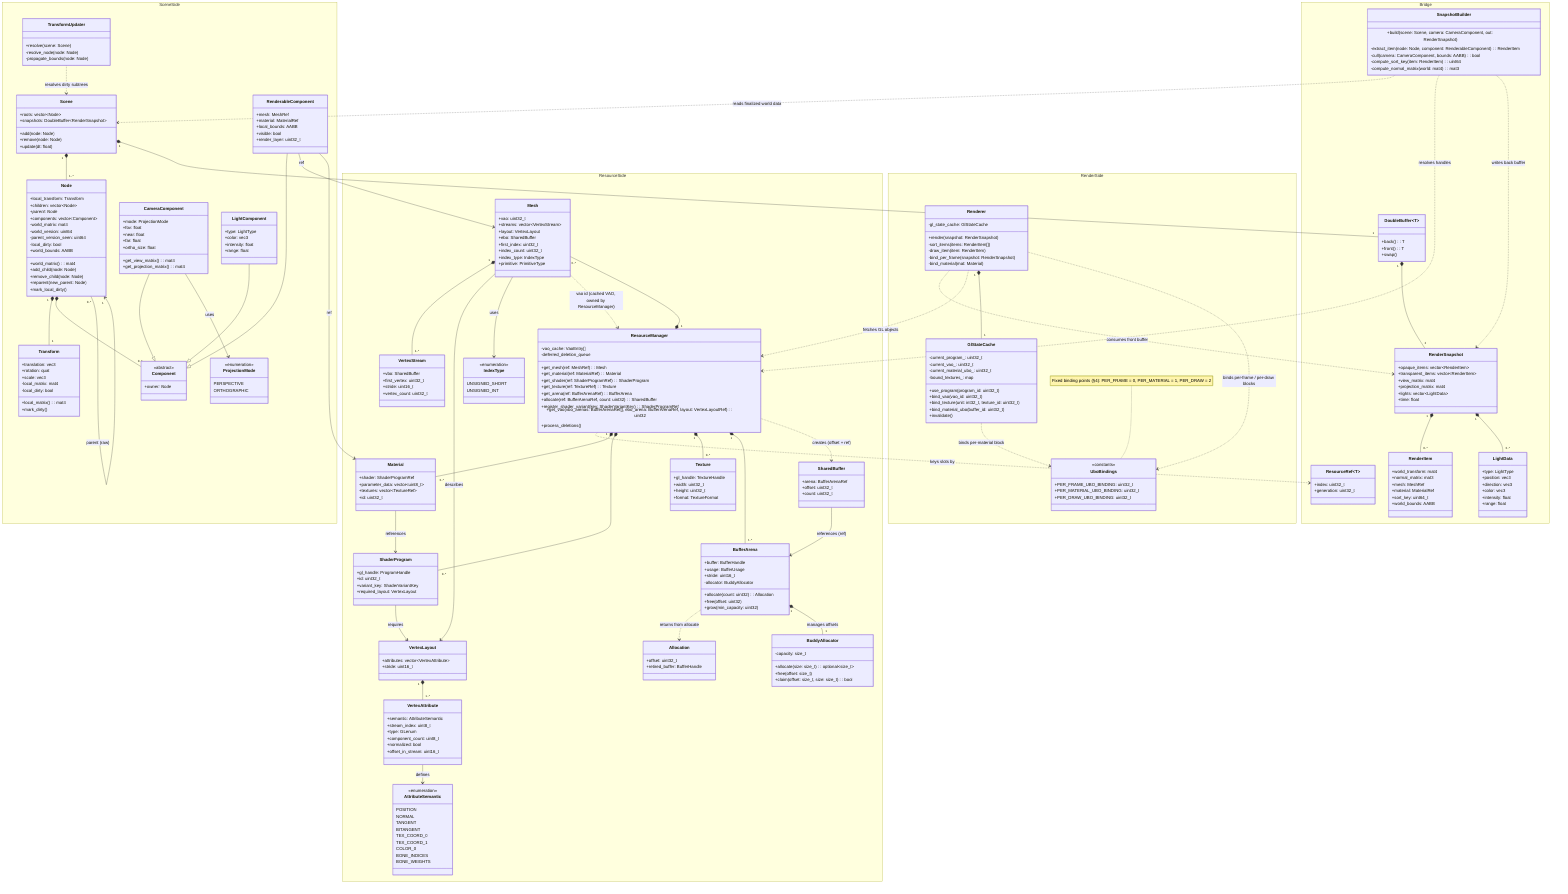
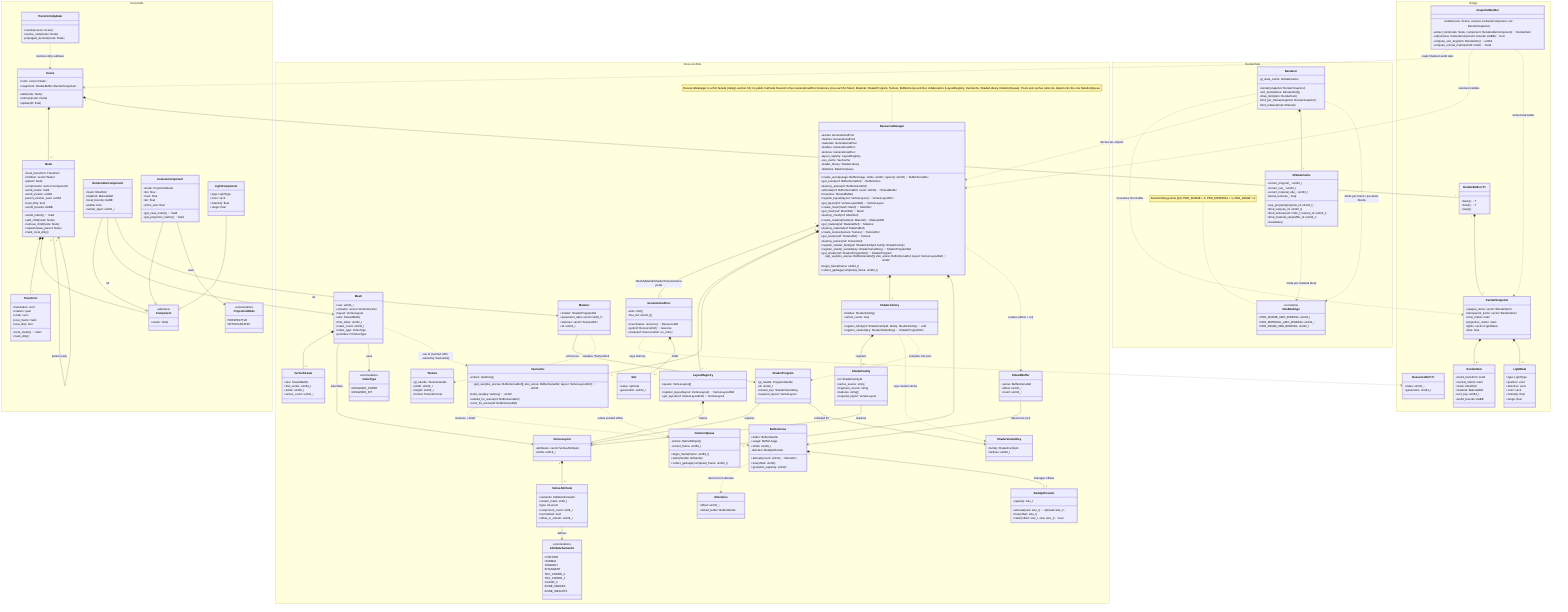
classDiagram
namespace SceneSide {
    class Scene {
        +roots: vector~Node~
        +snapshots: DoubleBuffer~RenderSnapshot~
        +add(node: Node)
        +remove(node: Node)
        +update(dt: float)
    }

    class Node {
        +local_transform: Transform
        +children: vector~Node~
        +parent: Node*
        +components: vector~Component~
        -world_matrix: mat4
        -world_version: uint64
        -parent_version_seen: uint64
        -local_dirty: bool
        +world_bounds: AABB
        +world_matrix(): mat4
        +add_child(node: Node)
        +remove_child(node: Node)
        +reparent(new_parent: Node)
        +mark_local_dirty()
    }

    class Transform {
        +translation: vec3
        +rotation: quat
        +scale: vec3
        -local_matrix: mat4
        -local_dirty: bool
        +local_matrix(): mat4
        +mark_dirty()
    }

    class Component {
        <<abstract>>
        +owner: Node*
    }

    class RenderableComponent {
        +mesh: MeshRef
        +material: MaterialRef
        +local_bounds: AABB
        +visible: bool
        +render_layer: uint32_t
    }

    class CameraComponent {
        +mode: ProjectionMode
        +fov: float
        +near: float
        +far: float
        +ortho_size: float
        +get_view_matrix(): mat4
        +get_projection_matrix(): mat4
    }

    class ProjectionMode {
        <<enumeration>>
        PERSPECTIVE
        ORTHOGRAPHIC
    }

    class LightComponent {
        +type: LightType
        +color: vec3
        +intensity: float
        +range: float
    }

    class TransformUpdater {
        +resolve(scene: Scene)
        -resolve_node(node: Node)
        -propagate_bounds(node: Node)
    }
}

namespace Bridge {
    class ResourceRef~T~ {
        +index: uint32_t
        +generation: uint32_t
    }

    class SnapshotBuilder {
        +build(scene: Scene, camera: CameraComponent, out: RenderSnapshot)
        -extract_item(node: Node, component: RenderableComponent): RenderItem
        -cull(camera: CameraComponent, bounds: AABB): bool
        -compute_sort_key(item: RenderItem): uint64
        -compute_normal_matrix(world: mat4): mat3
    }

    class DoubleBuffer~T~ {
        +back(): T
        +front(): T
        +swap()
    }

    class RenderSnapshot {
        +opaque_items: vector~RenderItem~
        +transparent_items: vector~RenderItem~
        +view_matrix: mat4
        +projection_matrix: mat4
        +lights: vector~LightData~
        +time: float
    }

    class RenderItem {
        +world_transform: mat4
        +normal_matrix: mat3
        +mesh: MeshRef
        +material: MaterialRef
        +sort_key: uint64_t
        +world_bounds: AABB
    }

    class LightData {
        +type: LightType
        +position: vec3
        +direction: vec3
        +color: vec3
        +intensity: float
        +range: float
    }
}

namespace ResourceSide {
    class ResourceManager {
+         +create_arena(usage: BufferUsage, stride: uint16, capacity: uint32): BufferArenaRef
+         +get_arena(ref: BufferArenaRef): BufferArena
+         +destroy_arena(ref: BufferArenaRef)
+         +allocate(ref: BufferArenaRef, count: uint32): SharedBuffer
+         +free(slice: SharedBuffer)
+         +register_layout(layout: VertexLayout): VertexLayoutRef
+         +get_layout(ref: VertexLayoutRef): VertexLayout
+         +create_mesh(mesh: Mesh): MeshRef
        +get_mesh(ref: MeshRef): Mesh
+         +destroy_mesh(ref: MeshRef)
+         +create_material(material: Material): MaterialRef
        +get_material(ref: MaterialRef): Material
+         +destroy_material(ref: MaterialRef)
+         +create_texture(texture: Texture): TextureRef
+         +get_texture(ref: TextureRef): Texture
+         +destroy_texture(ref: TextureRef)
+         +register_shader_family(id: ShaderFamilyId, family: ShaderFamily)
+         +register_shader_variant(key: ShaderVariantKey): ShaderProgramRef
        +get_shader(ref: ShaderProgramRef): ShaderProgram
-         +get_texture(ref: TextureRef): Texture
-         +get_arena(ref: BufferArenaRef): BufferArena
-         +allocate(ref: BufferArenaRef, count: uint32): SharedBuffer
-         +register_shader_variant(key: ShaderVariantKey): ShaderProgramRef
        +get_vao(vbo_arenas: BufferArenaRef[], ebo_arena: BufferArenaRef, layout: VertexLayoutRef): uint32
-         -vao_cache: VaoEntry[]
-         -deferred_deletion_queue
-         +process_deletions()
-     }
+         +begin_frame(frame: uint64_t)
+         +collect_garbage(completed_frame: uint64_t)
+         -arenas: GenerationalPool
+         -meshes: GenerationalPool
+         -materials: GenerationalPool
+         -shaders: GenerationalPool
+         -textures: GenerationalPool
+         -layout_registry: LayoutRegistry
+         -vao_cache: VaoCache
+         -shader_library: ShaderLibrary
+         -deletions: DeletionQueue
+     }
+ 
+     class GenerationalPool {
+         -slots: Slot[]
+         -free_list: uint32_t[]
+         +insert(value: resource): ResourceRef
+         +get(ref: ResourceRef): resource
+         +erase(ref: ResourceRef, on_retire)
+     }
+ 
+     class Slot {
+         +value: optional
+         +generation: uint32_t
+     }
+ 
+     class DeletionQueue {
+         -entries: RetiredObject[]
+         -current_frame: uint64_t
+         +begin_frame(frame: uint64_t)
+         +retire(handle: GlHandle)
+         +collect_garbage(completed_frame: uint64_t)
+     }
+ 
+     class LayoutRegistry {
+         -layouts: VertexLayout[]
+         +register_layout(layout: VertexLayout): VertexLayoutRef
+         +get_layout(ref: VertexLayoutRef): VertexLayout
+     }
+ 
+     class VaoCache {
+         -entries: VaoEntry[]
+         +get_vao(vbo_arenas: BufferArenaRef[], ebo_arena: BufferArenaRef, layout: VertexLayoutRef): uint32
+         -build_vao(key: VaoKey): uint32
+         +rebuild_for_arena(ref: BufferArenaRef)
+         +evict_for_arena(ref: BufferArenaRef)
+     }
+ 
+     class ShaderLibrary {
+         -families: ShaderFamily[]
+         -variant_cache: map
+         +register_family(id: ShaderFamilyId, family: ShaderFamily): void
+         +register_variant(key: ShaderVariantKey): ShaderProgramRef
+     }
+ 
+     class ShaderVariantKey {
+         +family: ShaderFamilyId
+         +defines: uint32_t
+     }
+ 
+     class ShaderFamily {
+         +id: ShaderFamilyId
+         +vertex_source: string
+         +fragment_source: string
+         +features: string[]
+         +required_layout: VertexLayout
+     }
+ 
+     note for ResourceManager "ResourceManager is a thin facade (design section 10): its public methods forward to five GenerationalPool instances (one each for Mesh, Material, ShaderProgram, Texture, BufferArena) and four collaborators (LayoutRegistry, VaoCache, ShaderLibrary, DeletionQueue). Pools and caches retire GL objects into the one DeletionQueue."

    class AttributeSemantic {
        <<enumeration>>
        POSITION
        NORMAL
        TANGENT
        BITANGENT
        TEX_COORD_0
        TEX_COORD_1
        COLOR_0
        BONE_INDICES
        BONE_WEIGHTS
    }

    class VertexAttribute {
        +semantic: AttributeSemantic
        +stream_index: uint8_t
        +type: GLenum
        +component_count: uint8_t
        +normalized: bool
        +offset_in_stream: uint16_t
    }

    class VertexLayout {
        +attributes: vector~VertexAttribute~
        +stride: uint16_t
    }

    class VertexStream {
        +vbo: SharedBuffer
        +first_vertex: uint32_t
        +stride: uint16_t
        +vertex_count: uint32_t
    }

    class IndexType {
        <<enumeration>>
        UNSIGNED_SHORT
        UNSIGNED_INT
    }

    class Mesh {
        +vao: uint32_t
        +streams: vector~VertexStream~
        +layout: VertexLayout
        +ebo: SharedBuffer
        +first_index: uint32_t
        +index_count: uint32_t
        +index_type: IndexType
        +primitive: PrimitiveType
    }

    class SharedBuffer {
        +arena: BufferArenaRef
        +offset: uint32_t
        +count: uint32_t
    }

    class BufferArena {
        +buffer: BufferHandle
        +usage: BufferUsage
        +stride: uint16_t
        -allocator: BuddyAllocator
        +allocate(count: uint32): Allocation
        +free(offset: uint32)
        +grow(min_capacity: uint32)
    }

    class Allocation {
        +offset: uint32_t
        +retired_buffer: BufferHandle
    }

    class BuddyAllocator {
        -capacity: size_t
        +allocate(size: size_t): optional~size_t~
        +free(offset: size_t)
        +claim(offset: size_t, size: size_t): bool
    }

    class Material {
        +shader: ShaderProgramRef
        +parameter_data: vector~uint8_t~
        +textures: vector~TextureRef~
        +id: uint32_t
    }

    class ShaderProgram {
        +gl_handle: ProgramHandle
        +id: uint32_t
        +variant_key: ShaderVariantKey
        +required_layout: VertexLayout
    }

    class Texture {
        +gl_handle: TextureHandle
        +width: uint32_t
        +height: uint32_t
        +format: TextureFormat
    }
}

namespace RenderSide {
    class Renderer {
        +render(snapshot: RenderSnapshot)
        -sort_items(items: RenderItem[])
        -draw_item(item: RenderItem)
        -bind_per_frame(snapshot: RenderSnapshot)
        -bind_material(mat: Material)
        -gl_state_cache: GlStateCache
    }

    class GlStateCache {
        -current_program_: uint32_t
        -current_vao_: uint32_t
        -current_material_ubo_: uint32_t
        -bound_textures_: map
        +use_program(program_id: uint32_t)
        +bind_vao(vao_id: uint32_t)
        +bind_texture(unit: int32_t, texture_id: uint32_t)
        +bind_material_ubo(buffer_id: uint32_t)
        +invalidate()
    }

    class UboBindings {
        <<constants>>
        +PER_FRAME_UBO_BINDING: uint32_t
        +PER_MATERIAL_UBO_BINDING: uint32_t
        +PER_DRAW_UBO_BINDING: uint32_t
    }

    note for UboBindings "Fixed binding points (§4): PER_FRAME = 0, PER_MATERIAL = 1, PER_DRAW = 2"
}

Scene "1" *-- "1..*" Node
Scene "1" *-- "1" DoubleBuffer~T~
Node "1" *-- "1" Transform
Node "1" *-- "0..*" Component
Node "1" *-- "0..*" Node : children
Node "0..*" --> "1" Node : parent (raw)
RenderableComponent --|> Component
CameraComponent --|> Component
LightComponent --|> Component
CameraComponent --> ProjectionMode : uses

TransformUpdater ..> Scene : resolves dirty subtrees
SnapshotBuilder ..> Scene : reads finalized world data
SnapshotBuilder ..> ResourceManager : resolves handles
SnapshotBuilder ..> RenderSnapshot : writes back buffer
- ResourceManager ..> ResourceRef~T~ : keys slots by
+ GenerationalPool ..> ResourceRef~T~ : keys slots by

DoubleBuffer~T~ "1" *-- "2" RenderSnapshot
RenderSnapshot "1" *-- "0..*" RenderItem
RenderSnapshot "1" *-- "0..*" LightData

Renderer ..> RenderSnapshot : consumes front buffer
Renderer ..> ResourceManager : fetches GL objects
Renderer "1" *-- "1" GlStateCache
Renderer ..> UboBindings : binds per-frame / per-draw blocks
GlStateCache ..> UboBindings : binds per-material block

- ResourceManager "1" *-- "0..*" Mesh
- ResourceManager "1" *-- "0..*" Material
- ResourceManager "1" *-- "0..*" ShaderProgram
- ResourceManager "1" *-- "0..*" Texture
- ResourceManager "1" *-- "1..*" BufferArena
+ ResourceManager "1" *-- "5" GenerationalPool : Mesh/Material/Shader/Texture/Arena pools
+ ResourceManager "1" *-- "1" LayoutRegistry
+ ResourceManager "1" *-- "1" VaoCache
+ ResourceManager "1" *-- "1" ShaderLibrary
+ ResourceManager "1" *-- "1" DeletionQueue
+ GenerationalPool "1" *-- "0..*" Slot : holds

ResourceManager ..> SharedBuffer : creates (offset + ref)
BufferArena ..> Allocation : returns from allocate
BufferArena "1" *-- "1" BuddyAllocator : manages offsets
SharedBuffer --> BufferArena : references (ref)
Mesh "1" *-- "1..*" VertexStream
Mesh --> VertexLayout : describes
Mesh --> IndexType : uses
- Mesh ..> ResourceManager : vao id (cached VAO, owned by ResourceManager)
+ Mesh ..> VaoCache : vao id (cached VAO, owned by VaoCache)
VertexLayout "1" *-- "1..*" VertexAttribute
VertexAttribute --> AttributeSemantic : defines

Material --> ShaderProgram : references
+ Material ..> Texture : samples (TextureRef)
ShaderProgram --> VertexLayout : requires
+ ShaderProgram --> ShaderVariantKey : compiled for
+ LayoutRegistry "1" *-- "0..*" VertexLayout : interns
+ VaoCache ..> BufferArena : resolves + binds
+ VaoCache ..> DeletionQueue : retires evicted VAOs
+ ShaderLibrary "1" *-- "0..*" ShaderFamily : registers
+ ShaderLibrary ..> ShaderVariantKey : keys variant cache
+ ShaderLibrary ..> ShaderProgram : compiles into pool
+ ShaderFamily --> VertexLayout : requires
RenderableComponent --> Mesh : ref
RenderableComponent --> Material : ref
